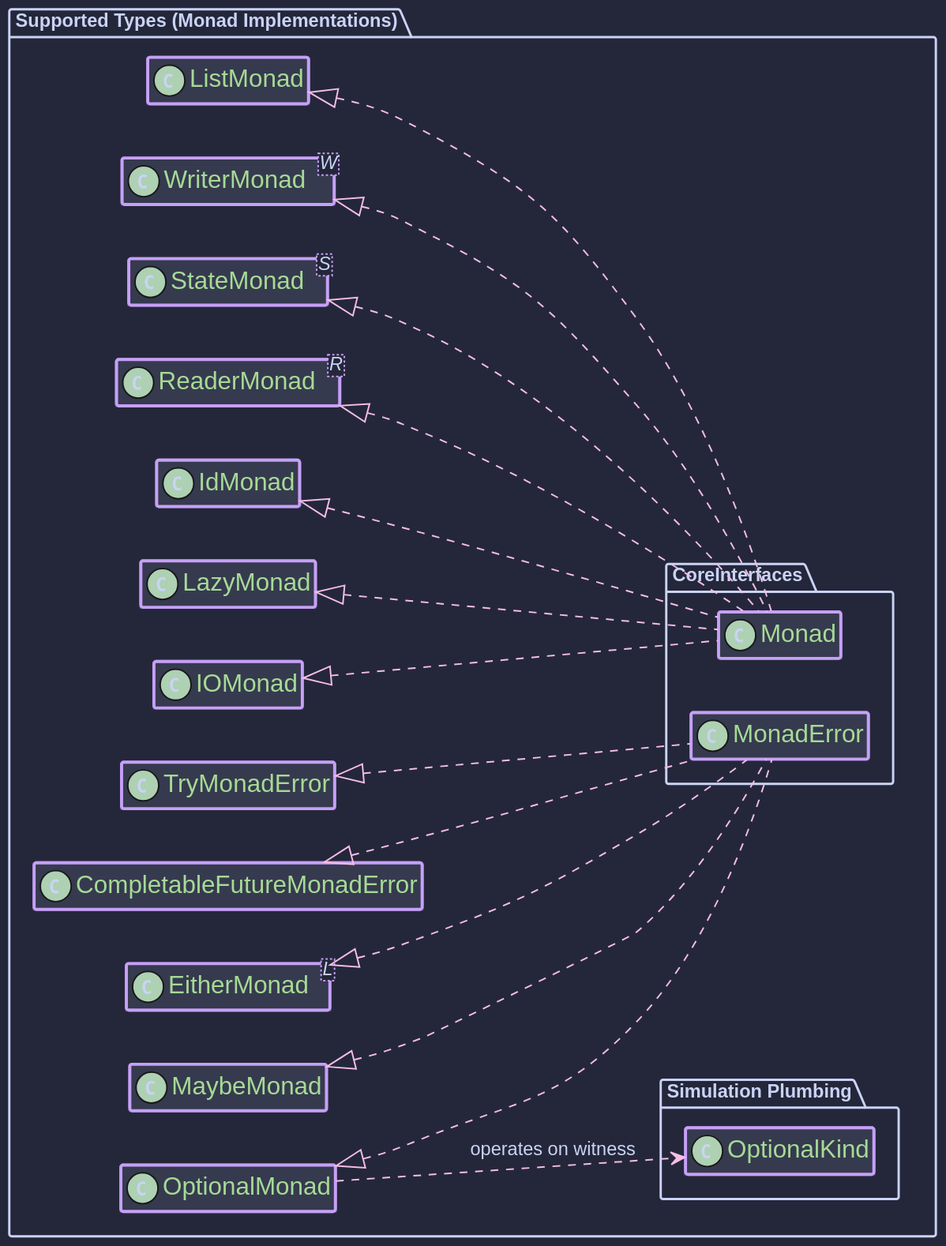
higher-kinded-j/higher-kinded-j keeps this PlantUML diagram as hkj-book/src/images/puml/supported_types.svg. Above is the earlier version.
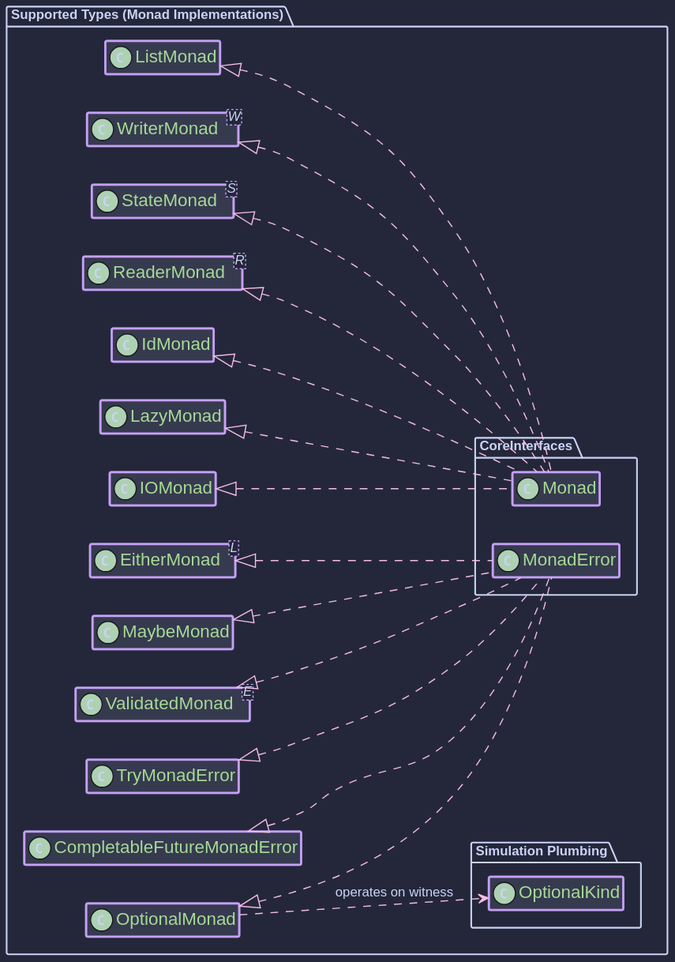
After the commit.

The edit, as a diff of the source:
```diff
@@ -17,6 +17,7 @@
     class "ReaderMonad<R>" as ReaderMonad
     class "StateMonad<S>" as StateMonad
     class "WriterMonad<W>" as WriterMonad
+    class "ValidatedMonad<E>" as ValidatedMonad
 
     ListMonad <|.. CoreInterfaces.Monad
     OptionalMonad <|.. CoreInterfaces.MonadError
@@ -24,6 +25,7 @@
     EitherMonad <|.. CoreInterfaces.MonadError
     CompletableFutureMonadError <|.. CoreInterfaces.MonadError
     TryMonadError <|.. CoreInterfaces.MonadError
+    ValidatedMonad <|.. CoreInterfaces.MonadError
     IdMonad <|.. CoreInterfaces.Monad
     IOMonad <|.. CoreInterfaces.Monad
     LazyMonad <|.. CoreInterfaces.Monad
```
